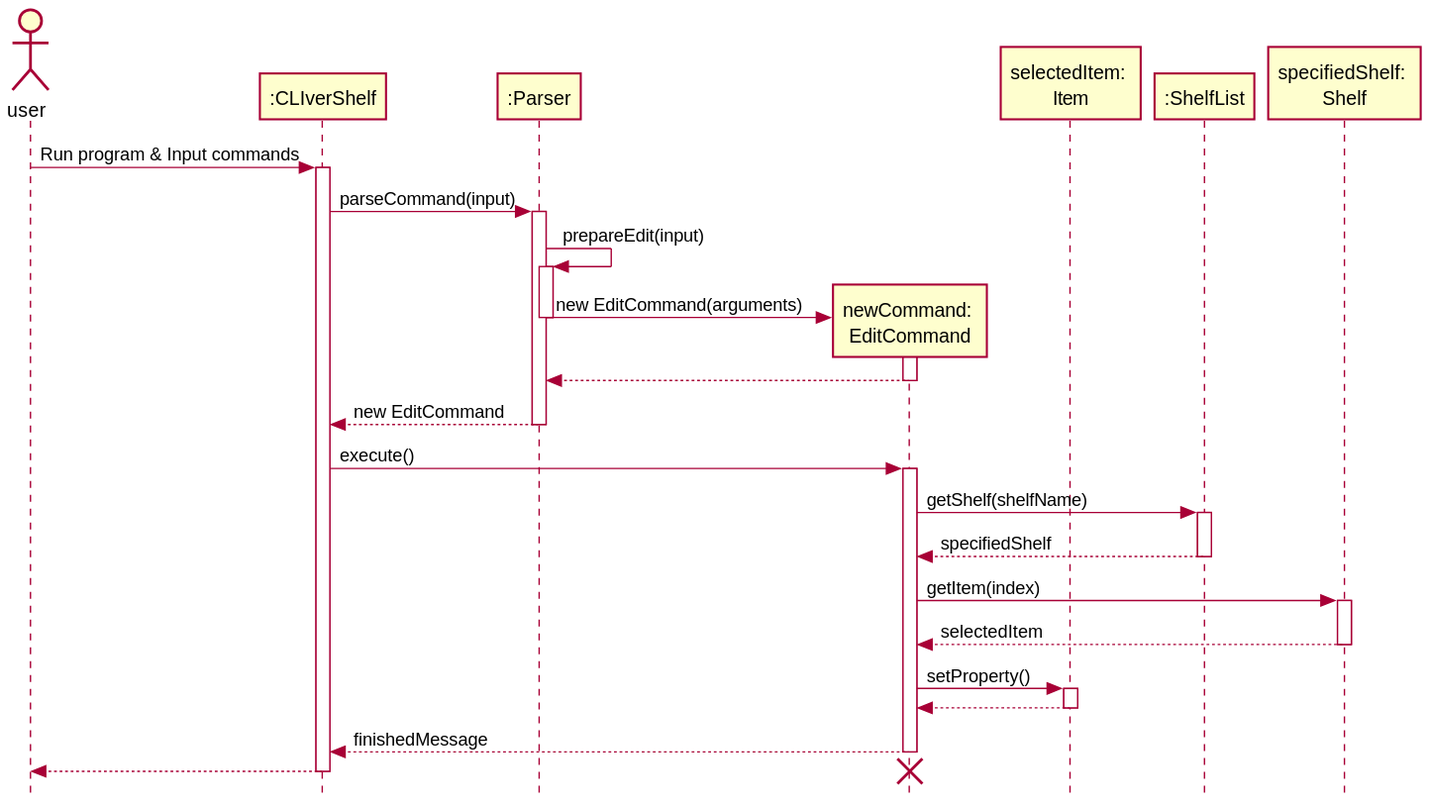
zh1huang/tp keeps this PlantUML diagram as docs/diagrams/Implementation_EditItems.svg. Above is the earlier version. Source of this version:
```plantuml
@startuml
!include Style.puml

actor user
participant ":CLIverShelf" as Main
participant ":Parser" as Parser
participant "newCommand: \nEditCommand" as Command
participant "selectedItem: \nItem" as Item
participant ":ShelfList" as ShelfList
participant "specifiedShelf: \nShelf" as Shelf
user -> Main: Run program & Input commands
activate Main
Main -> Parser: parseCommand(input)
activate Parser
Parser -> Parser: prepareEdit(input)
activate Parser
Parser -> Command **: new EditCommand(arguments)
deactivate Parser
activate Command
Command --> Parser
deactivate Command
Parser --> Main: new EditCommand
deactivate Parser

Main -> Command: execute()
activate Command

Command -> ShelfList: getShelf(shelfName)
activate ShelfList
ShelfList --> Command: specifiedShelf
deactivate ShelfList
Command -> Shelf: getItem(index)
activate Shelf
Shelf --> Command: selectedItem
deactivate Shelf
Command -> Item: setProperty()
activate Item
Item --> Command
deactivate Item
Command --> Main: finishedMessage
deactivate Command
Main --> user
deactivate Main
destroy Command


@enduml
```
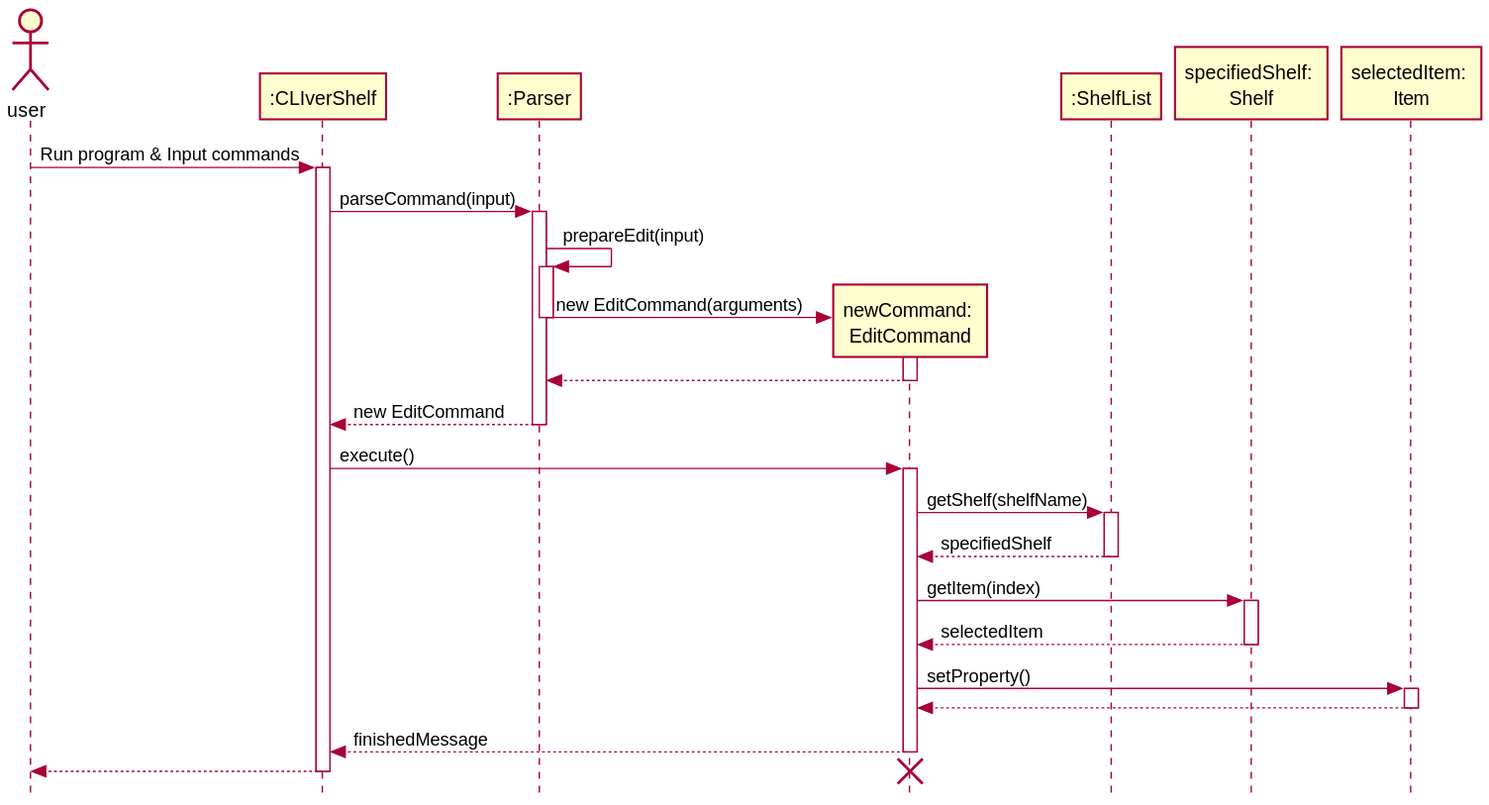
After the commit.

Change to the diagram source:
```diff
@@ -5,9 +5,9 @@
 participant ":CLIverShelf" as Main
 participant ":Parser" as Parser
 participant "newCommand: \nEditCommand" as Command
-participant "selectedItem: \nItem" as Item
 participant ":ShelfList" as ShelfList
 participant "specifiedShelf: \nShelf" as Shelf
+participant "selectedItem: \nItem" as Item
 user -> Main: Run program & Input commands
 activate Main
 Main -> Parser: parseCommand(input)
```
